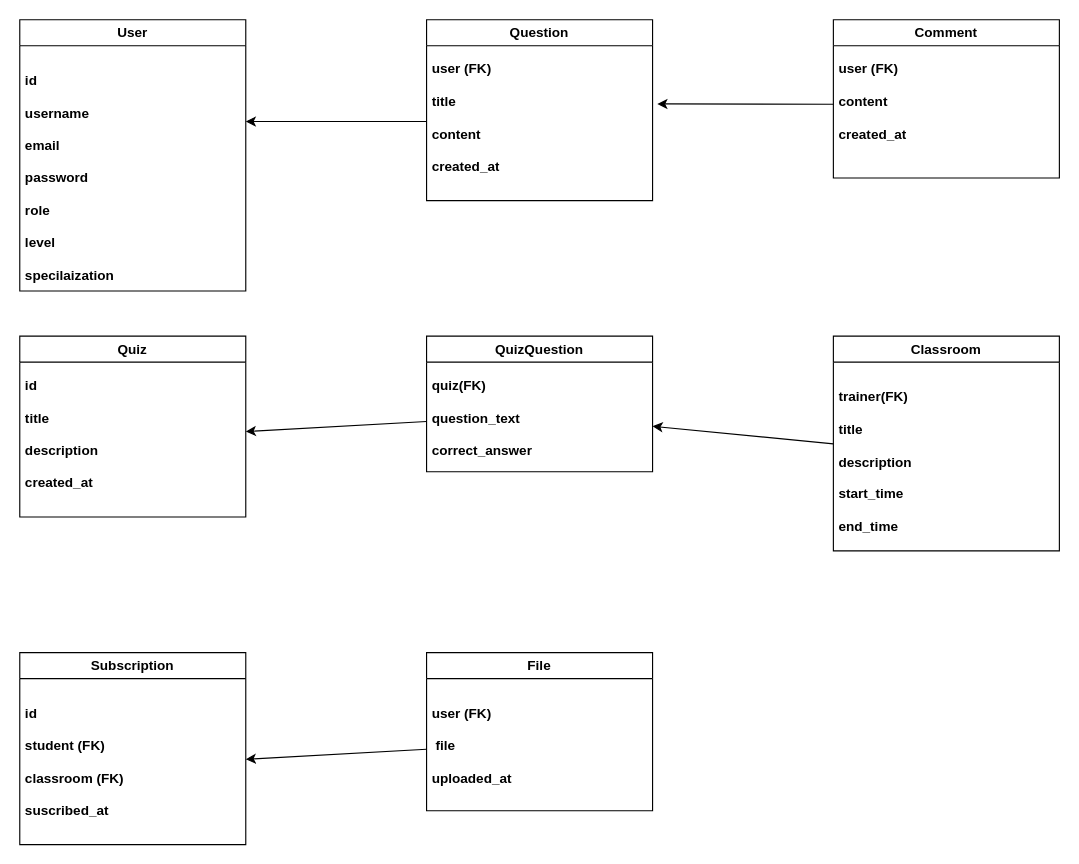
Above: ClassDiagram.drawio in limack0/medical-e-learning (draw.io), before the change. Source tidied: cells renumbered, new cells numbered last; positions are measured from the earlier drawing's top-left corner, leaving out a move shared by most shapes. Both pictures are drawn from the tidied source at 113%, with x=0, y=0 at pixel (19, 19).
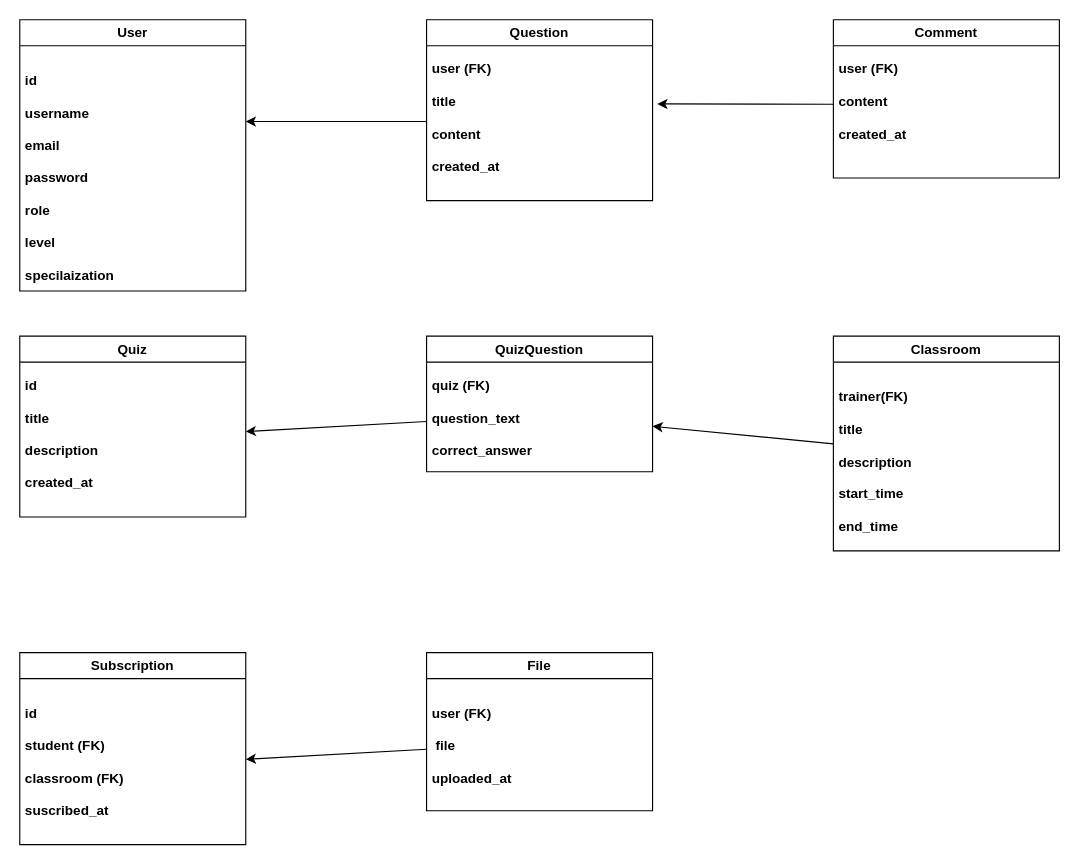
The same page after the edit.

Unchanged cells that the change refers to:
```xml
<mxCell id="10" value="QuizQuestion" style="swimlane;whiteSpace=wrap;html=1;" parent="1" vertex="1">
  <mxGeometry x="360" y="280" width="200" height="120" as="geometry" />
</mxCell>
```

What changed in the source:
```diff
@@
-    <mxCell id="11" value="&lt;h1&gt;&lt;div&gt;&lt;span style=&quot;font-size: 12px;&quot;&gt;quiz(FK)&lt;/span&gt;&lt;/div&gt;&lt;div&gt;&lt;span style=&quot;font-size: 12px;&quot;&gt;question_text&lt;/span&gt;&lt;/div&gt;&lt;div&gt;&lt;span style=&quot;font-size: 12px;&quot;&gt;correct_answer&lt;/span&gt;&lt;/div&gt;&lt;/h1&gt;" style="text;html=1;strokeColor=none;fillColor=none;spacing=5;spacingTop=-20;whiteSpace=wrap;overflow=hidden;rounded=0;" parent="10" vertex="1">
+    <mxCell id="11" value="&lt;h1&gt;&lt;div&gt;&lt;span style=&quot;font-size: 12px;&quot;&gt;quiz (FK)&lt;/span&gt;&lt;/div&gt;&lt;div&gt;&lt;span style=&quot;font-size: 12px;&quot;&gt;question_text&lt;/span&gt;&lt;/div&gt;&lt;div&gt;&lt;span style=&quot;font-size: 12px;&quot;&gt;correct_answer&lt;/span&gt;&lt;/div&gt;&lt;/h1&gt;" style="text;html=1;strokeColor=none;fillColor=none;spacing=5;spacingTop=-20;whiteSpace=wrap;overflow=hidden;rounded=0;" parent="10" vertex="1">
       <mxGeometry y="20" width="200" height="100" as="geometry" />
     </mxCell>
```
